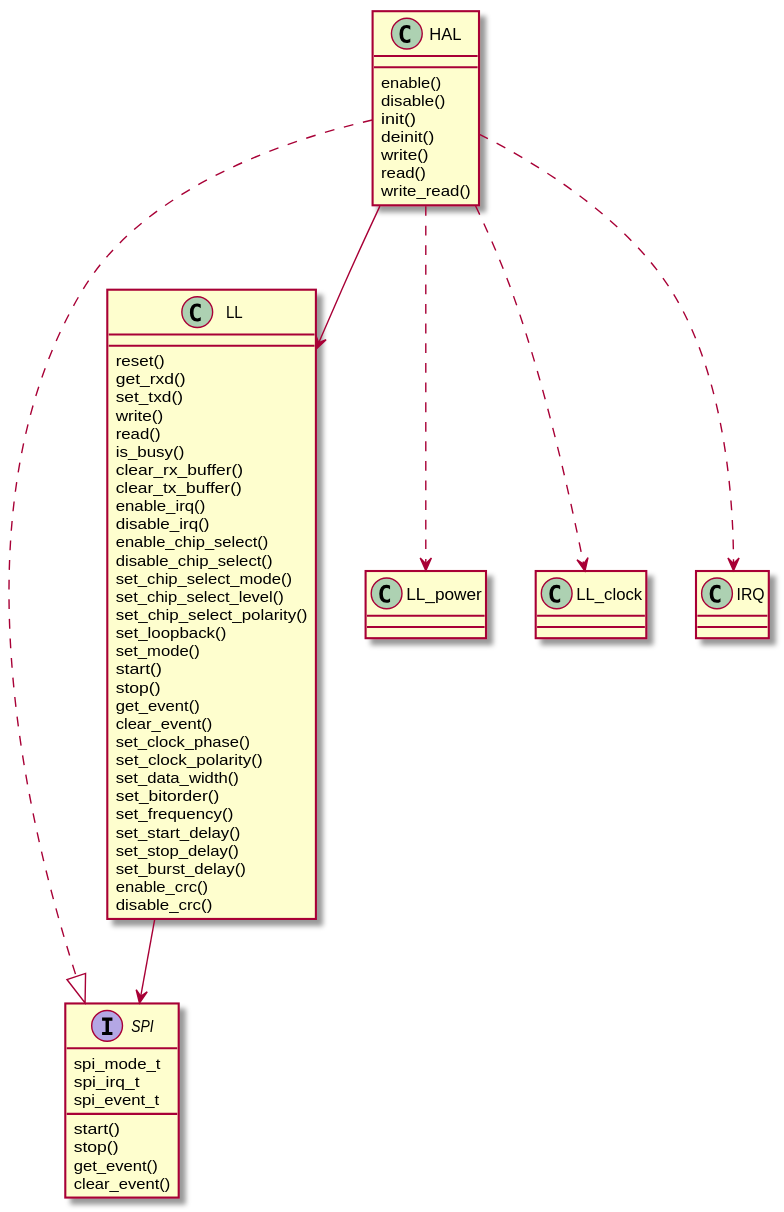
This is docs/source/assets/images/spi.svg from onkwon/halmcu, a PlantUML export, as it was before one commit. Its diagram source:
```plantuml
@startuml
interface SPI {
	spi_mode_t
	spi_irq_t
	spi_event_t

	start()
	stop()
	get_event()
	clear_event()
}

class LL {
	reset()
	get_rxd()
	set_txd()
	write()
	read()
	is_busy()
	clear_rx_buffer()
	clear_tx_buffer()
	enable_irq()
	disable_irq()
	enable_chip_select()
	disable_chip_select()
	set_chip_select_mode()
	set_chip_select_level()
	set_chip_select_polarity()
	set_loopback()
	set_mode()
	start()
	stop()
	get_event()
	clear_event()
	set_clock_phase()
	set_clock_polarity()
	set_data_width()
	set_bitorder()
	set_frequency()
	set_start_delay()
	set_stop_delay()
	set_burst_delay()
	enable_crc()
	disable_crc()
}

class HAL {
	enable()
	disable()
	init()
	deinit()
	write()
	read()
	write_read()
}

HAL ..|> SPI
HAL --> LL
HAL ..> LL_power
HAL ..> LL_clock
HAL ..> IRQ
LL --> SPI
@enduml
```
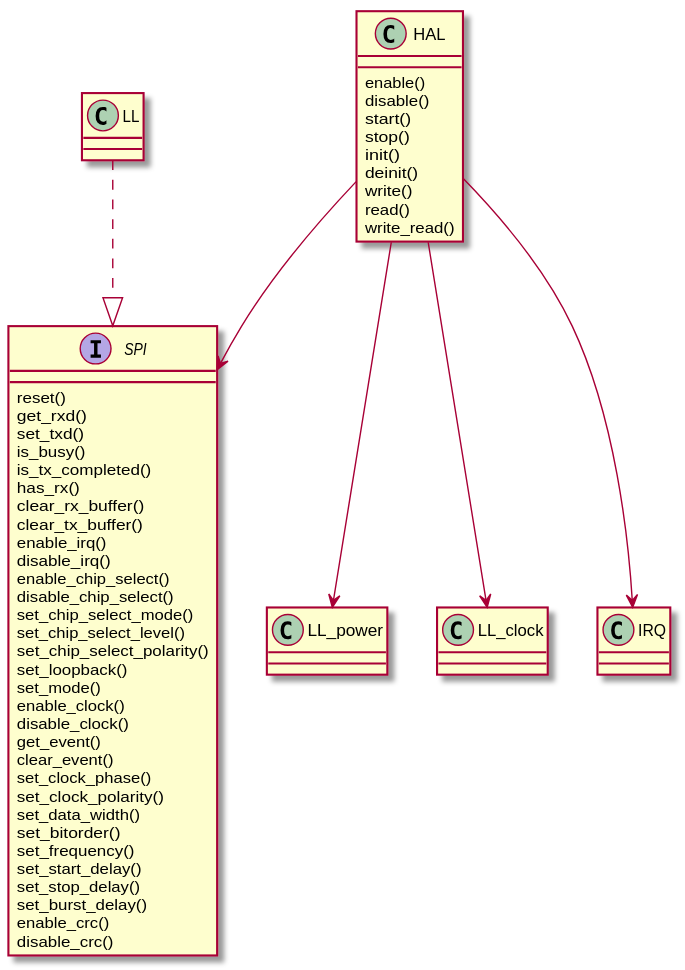
After the commit.

Diff of the diagram source:
```diff
@@ -1,22 +1,11 @@
 @startuml
 interface SPI {
-	spi_mode_t
-	spi_irq_t
-	spi_event_t
-
-	start()
-	stop()
-	get_event()
-	clear_event()
-}
-
-class LL {
 	reset()
 	get_rxd()
 	set_txd()
-	write()
-	read()
 	is_busy()
+	is_tx_completed()
+	has_rx()
 	clear_rx_buffer()
 	clear_tx_buffer()
 	enable_irq()
@@ -28,8 +17,8 @@
 	set_chip_select_polarity()
 	set_loopback()
 	set_mode()
-	start()
-	stop()
+	enable_clock()
+	disable_clock()
 	get_event()
 	clear_event()
 	set_clock_phase()
@@ -47,6 +36,8 @@
 class HAL {
 	enable()
 	disable()
+	start()
+	stop()
 	init()
 	deinit()
 	write()
@@ -54,10 +45,9 @@
 	write_read()
 }
 
-HAL ..|> SPI
-HAL --> LL
-HAL ..> LL_power
-HAL ..> LL_clock
-HAL ..> IRQ
-LL --> SPI
+LL ..|> SPI
+HAL --> SPI
+HAL --> LL_power
+HAL --> LL_clock
+HAL --> IRQ
 @enduml
```
